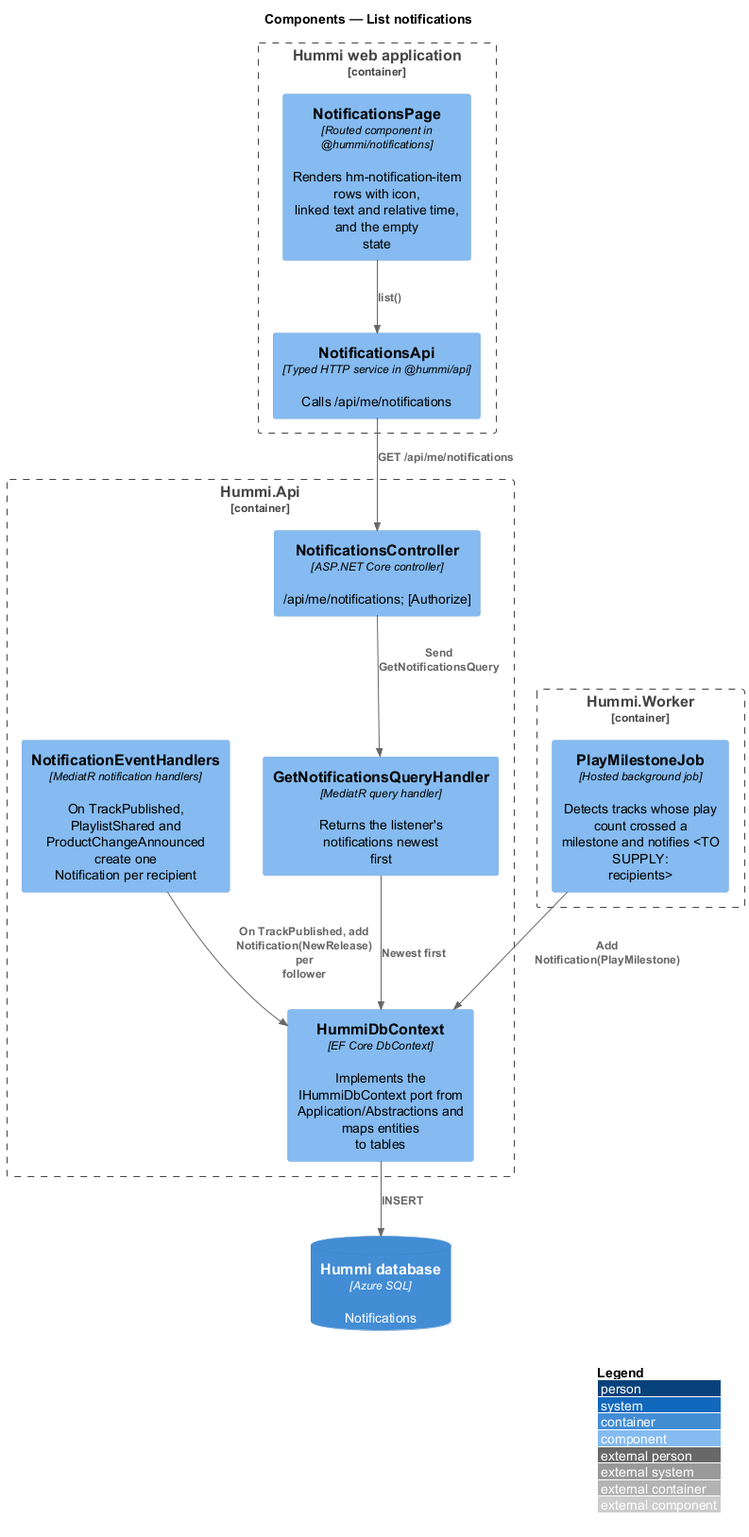
Before: docs/detailed-designs/notifications/list-notifications/diagrams/c4-component.png, a diagram exported from PlantUML (QuinntyneBrown/hummi).
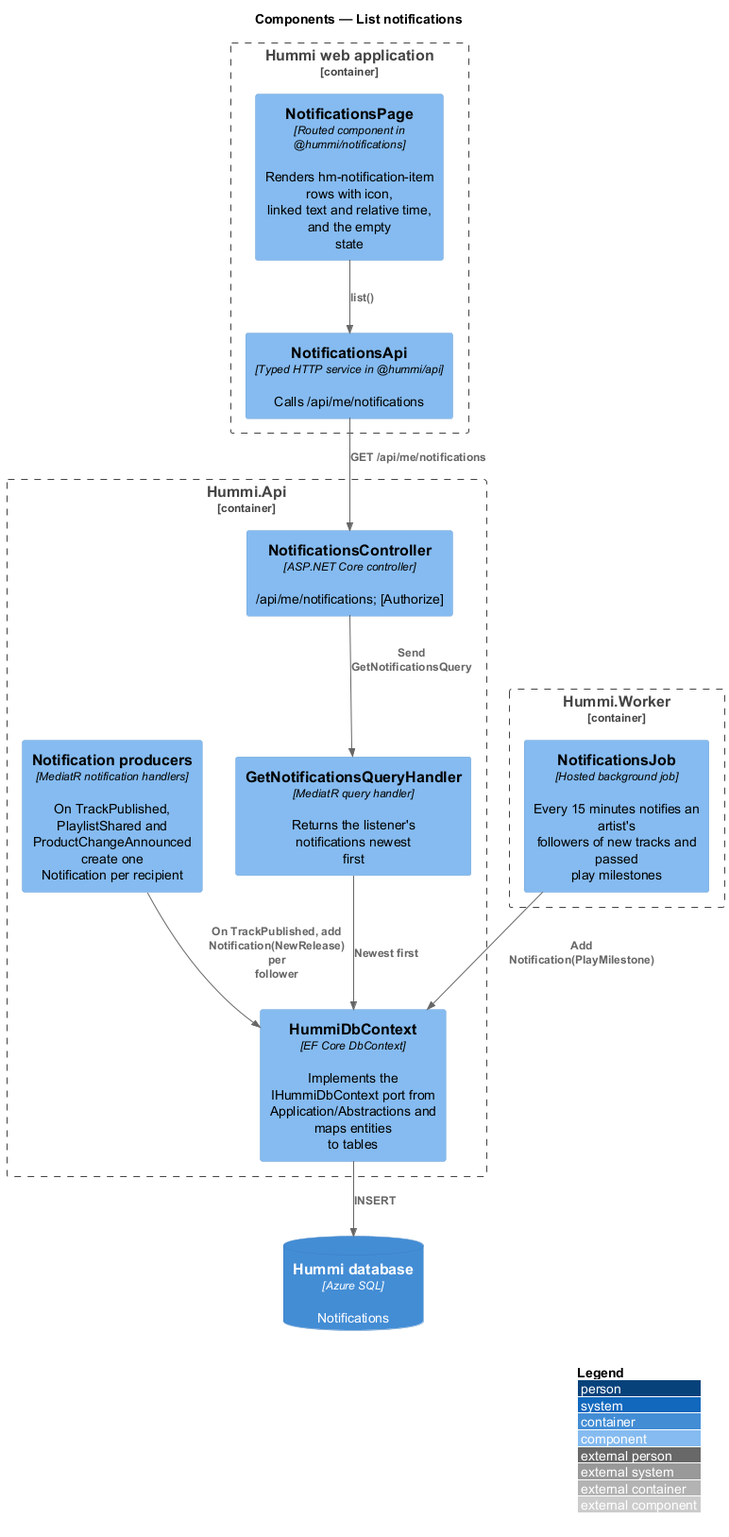
The same diagram one commit later.

What changed in the source:
```diff
@@ -10,11 +10,11 @@
 Container_Boundary(api, "Hummi.Api") {
   Component(ctl, "NotificationsController", "ASP.NET Core controller", "/api/me/notifications; [Authorize]")
   Component(q, "GetNotificationsQueryHandler", "MediatR query handler", "Returns the listener's notifications newest\nfirst")
-  Component(evt, "NotificationEventHandlers", "MediatR notification handlers", "On TrackPublished, PlaylistShared and\nProductChangeAnnounced create one\nNotification per recipient")
+  Component(evt, "Notification producers", "MediatR notification handlers", "On TrackPublished, PlaylistShared and\nProductChangeAnnounced create one\nNotification per recipient")
   Component(ctx, "HummiDbContext", "EF Core DbContext", "Implements the IHummiDbContext port from\nApplication/Abstractions and maps entities\nto tables")
 }
 Container_Boundary(wk, "Hummi.Worker") {
-  Component(job, "PlayMilestoneJob", "Hosted background job", "Detects tracks whose play count crossed a\nmilestone and notifies <TO SUPPLY:\nrecipients>")
+  Component(job, "NotificationsJob", "Hosted background job", "Every 15 minutes notifies an artist's\nfollowers of new tracks and passed\nplay milestones")
 }
 ContainerDb(db, "Hummi database", "Azure SQL", "Notifications")
 Rel(evt, ctx, "On TrackPublished, add\nNotification(NewRelease) per\nfollower")
```
